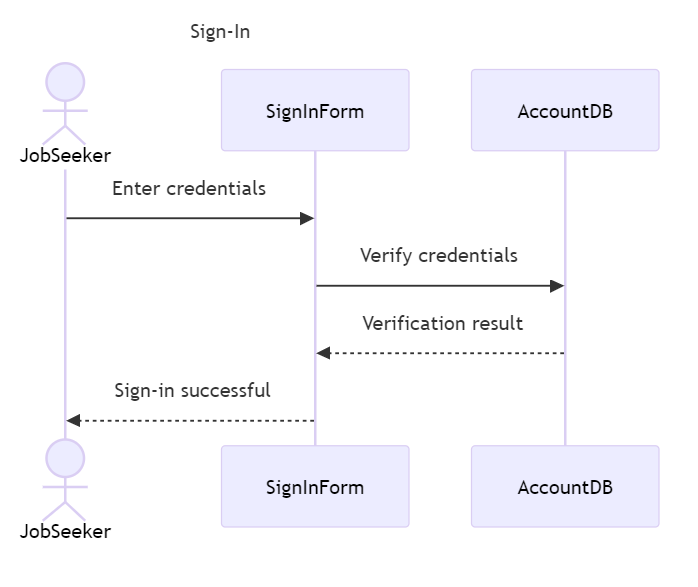
The PlantUML diagram docs/all-diagrams-image-files/sequence-diagrams/sign-in.png in emd5953/NextStep, before a commit. Its source is kept beside it as docs/all-diagrams-source-files/activity-diagrams/sign-in.puml.
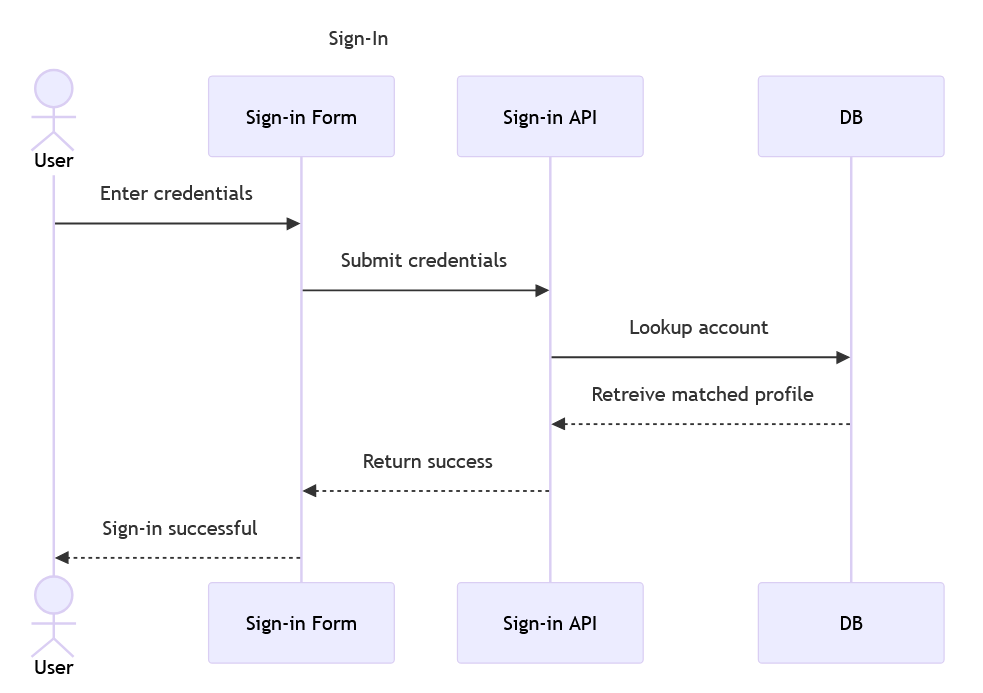
After the change.

Diff of the diagram source:
```diff
@@ -3,17 +3,18 @@
 
 start
 
-:Enter credentials in SignInForm;
-:Submit credentials for verification;
+:Visit Home Page;
+:Click "Sign In";
+:Enter Emailid and Password;
+:Submit credentials /sign-in;
 
-:Verify credentials in AccountDB;
-:AccountDB returns verification result;
+:Verify credentials in DB;
+:API returns verification result;
 
 if (Credentials are valid?) then (yes)
-    :Display sign-in successful message to JobSeeker;
-    :Display home page;
+    :Display Profile page;
 else
-    :Display error message to JobSeeker;
+    :Display error message;
 endif
 
 stop
```
